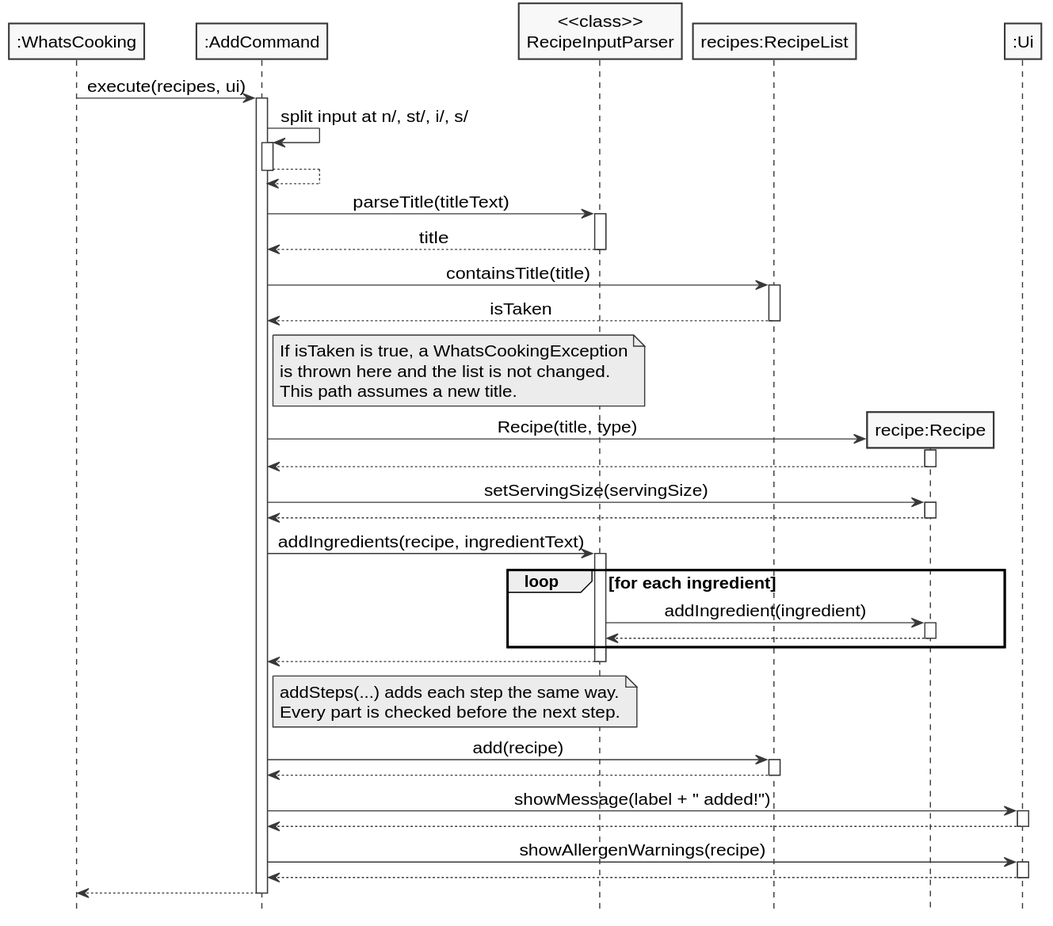
AY2627S1-CS2113-W14-3/tp keeps this PlantUML diagram as docs/diagrams/add-recipe.svg. Above is the earlier version.
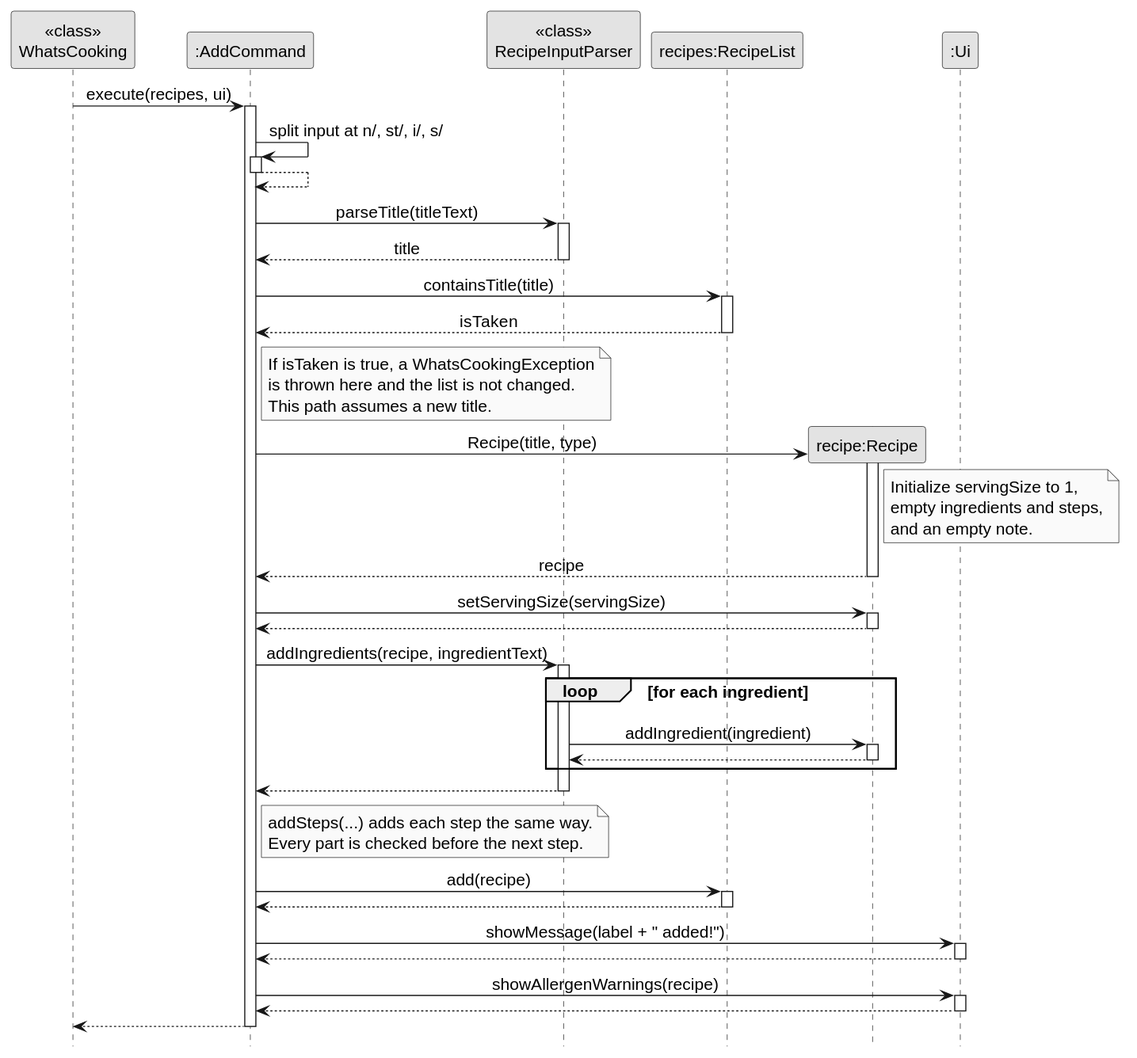
After the commit.

Change to the diagram source:
```diff
@@ -6,7 +6,7 @@
 skinparam sequenceMessageAlign center
 hide footbox
 
-participant ":WhatsCooking" as App
+participant "<<class>>\nWhatsCooking" as App
 participant ":AddCommand" as Command
 participant "<<class>>\nRecipeInputParser" as Input
 participant "recipes:RecipeList" as Recipes
@@ -38,7 +38,12 @@
 create Recipe
 Command -> Recipe : Recipe(title, type)
 activate Recipe
-Recipe --> Command
+note right of Recipe
+  Initialize servingSize to 1,
+  empty ingredients and steps,
+  and an empty note.
+end note
+Recipe --> Command : recipe
 deactivate Recipe
 
 Command -> Recipe : setServingSize(servingSize)
```
